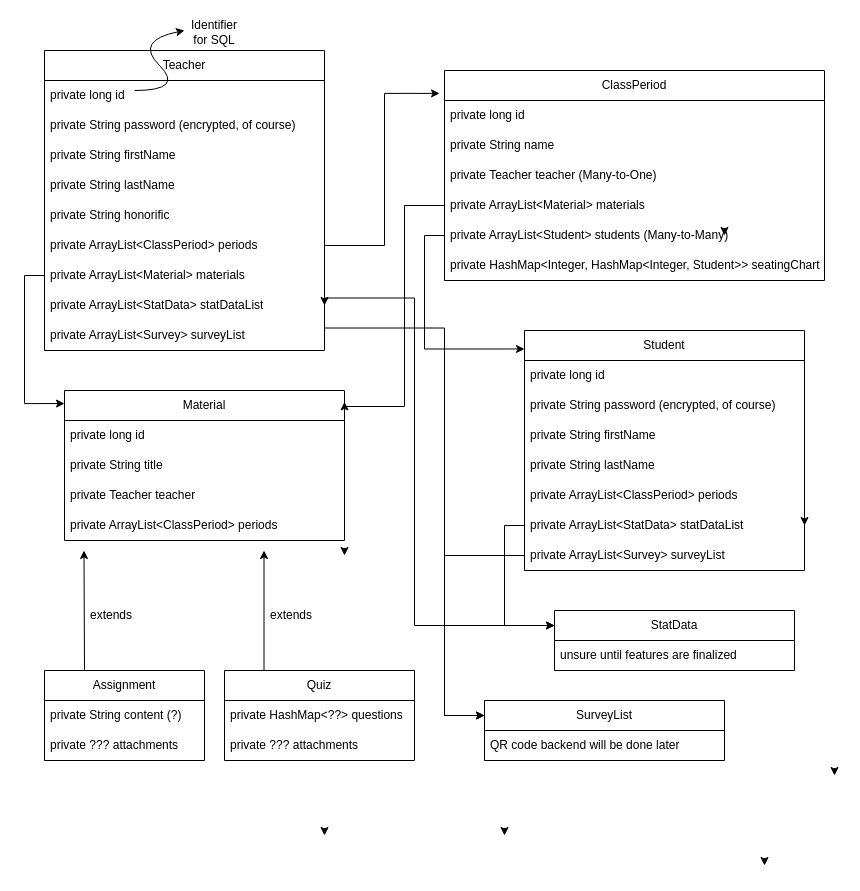
Before: assets/teacherobject.drawio in John-sCC/jcc_frontend, a draw.io diagram. Source tidied: cells renumbered, new cells numbered last; positions are measured from the earlier drawing's top-left corner, leaving out a move shared by most shapes. Both pictures are drawn from the tidied source at 100%, with x=0, y=0 at pixel (44, 17).
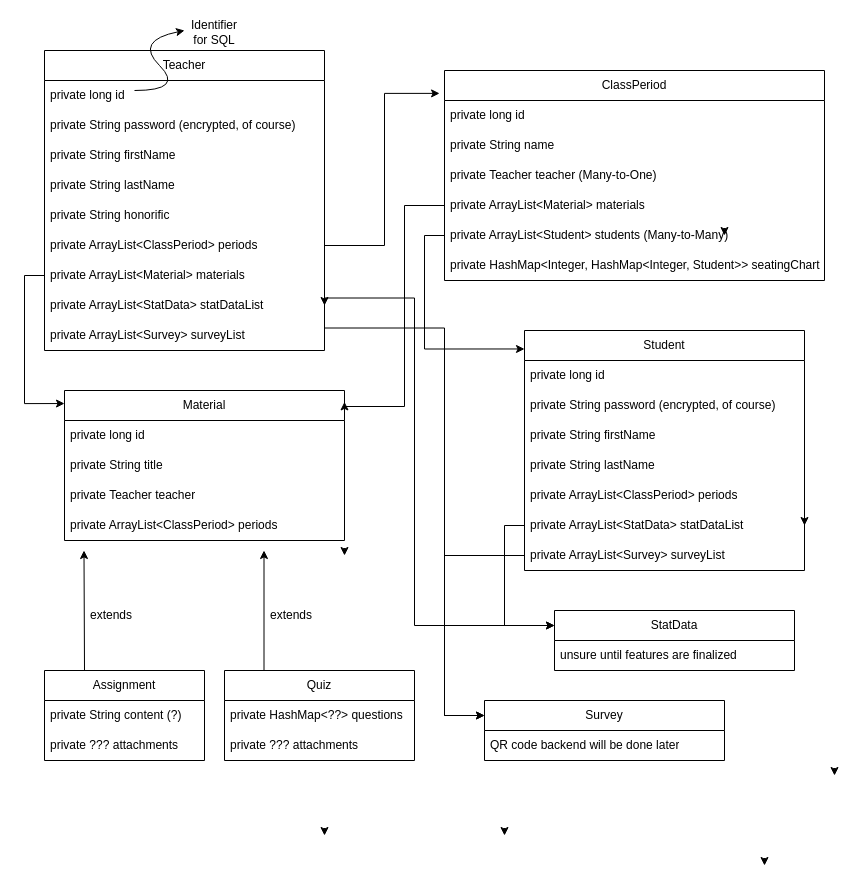
After the change.

Change to the diagram source:
```diff
@@
-    <mxCell id="59" value="SurveyList" style="swimlane;fontStyle=0;horizontal=1;startSize=30;whiteSpace=wrap;html=1;" parent="1" vertex="1">
+    <mxCell id="59" value="Survey" style="swimlane;fontStyle=0;horizontal=1;startSize=30;whiteSpace=wrap;html=1;" parent="1" vertex="1">
       <mxGeometry x="440" y="683" width="240" height="60" as="geometry" />
     </mxCell>
```
